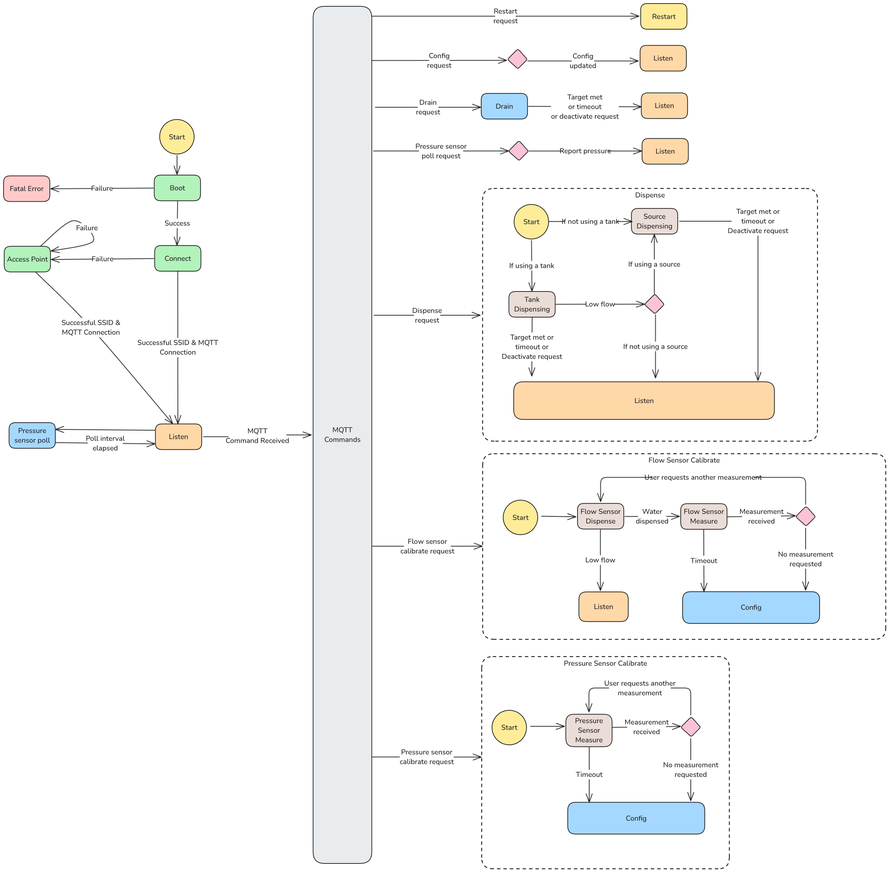
This is docs/images/design/fsm.excalidraw.png from Verdagraph/Drip, a Excalidraw export, as it was before one commit. Source tidied: one line per element, renumbered; positions are measured from the earlier drawing's top-left corner, leaving out a move shared by most shapes.
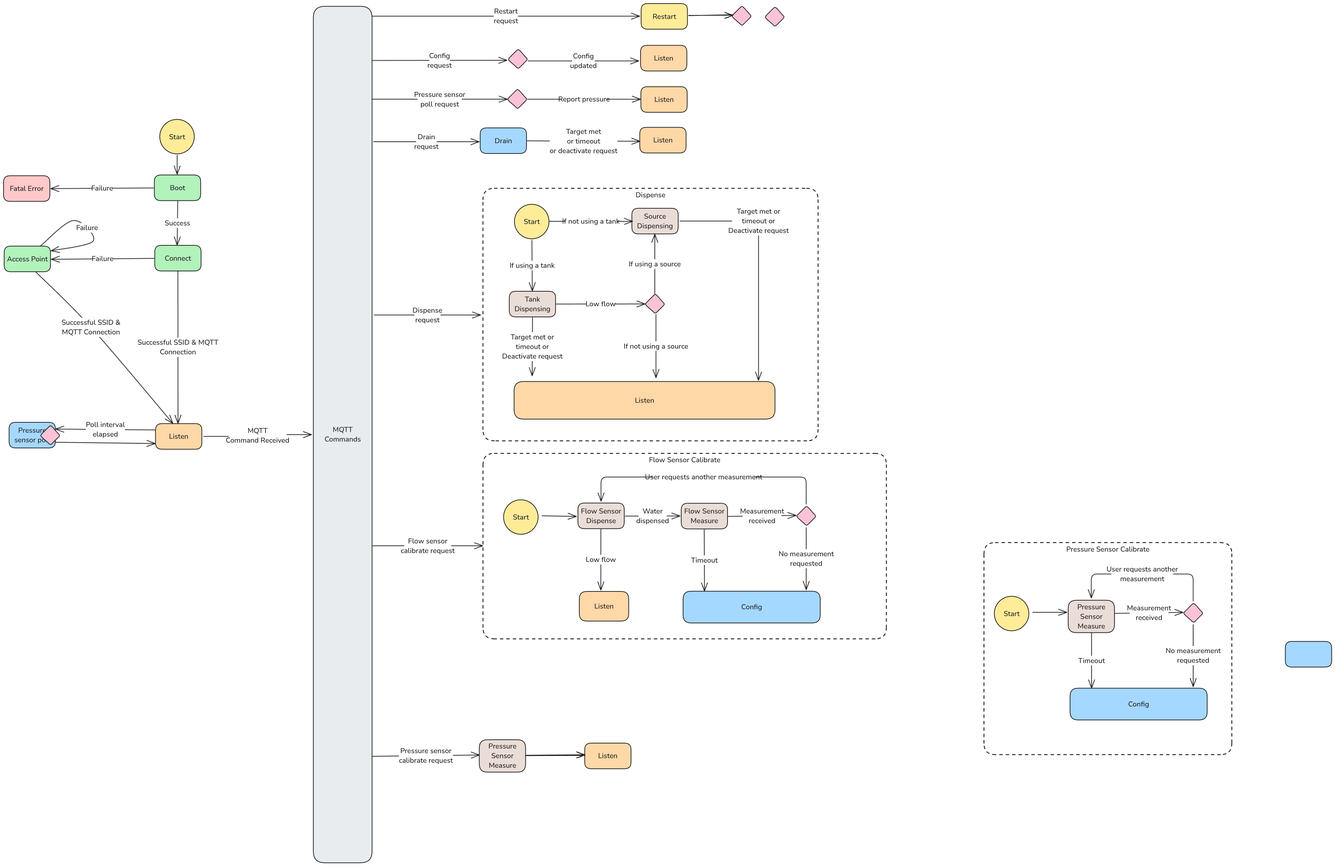
After the change.

Diff of the diagram source:
```diff
@@ -30,4 +30,4 @@
 {"id": 29, "type": "arrow", "strokeColor": "#1e1e1e", "backgroundColor": "#ffec99", "fillStyle": "solid", "strokeWidth": 2, "roughness": 0, "endArrowhead": "arrow", "round": true, "from": 12, "x": 426, "y": 1197, "width": 280, "height": 2, "points": [[0, 0], [-280, -2]]}
+{"id": 31, "type": "text", "text": "Poll interval\nelapsed", "strokeColor": "#1e1e1e", "strokeWidth": 2, "roughness": 1, "fontSize": 20, "fontFamily": 6, "textAlign": "center", "verticalAlign": "middle", "inside": 29, "x": 231, "y": 1169, "width": 109, "height": 54}
 {"id": 30, "type": "arrow", "strokeColor": "#1e1e1e", "backgroundColor": "#ffec99", "fillStyle": "solid", "strokeWidth": 2, "roughness": 0, "endArrowhead": "arrow", "round": true, "to": 12, "x": 146, "y": 1232, "width": 280, "height": 4, "points": [[0, 0], [280, 4]]}
-{"id": 31, "type": "text", "text": "Poll interval\nelapsed", "strokeColor": "#1e1e1e", "backgroundColor": "#ffec99", "fillStyle": "solid", "strokeWidth": 2, "roughness": 0, "fontSize": 20, "fontFamily": 6, "textAlign": "center", "verticalAlign": "middle", "inside": 30, "x": 237, "y": 1207, "width": 98, "height": 54}
 {"id": 32, "type": "rectangle", "strokeColor": "#1e1e1e", "backgroundColor": "#e9ecef", "fillStyle": "solid", "strokeWidth": 2, "roughness": 0, "round": true, "x": 869, "y": 8, "width": 165, "height": 2405}
@@ -81,24 +81,6 @@
 {"id": 80, "type": "text", "text": "No measurement\nrequested", "strokeColor": "#1e1e1e", "backgroundColor": "#ffec99", "fillStyle": "solid", "strokeWidth": 2, "roughness": 0, "fontSize": 20, "fontFamily": 6, "textAlign": "center", "verticalAlign": "middle", "inside": 79, "x": 2185, "y": 1532, "width": 136, "height": 54}
-{"id": 81, "type": "rectangle", "strokeColor": "#1e1e1e", "strokeWidth": 2, "strokeStyle": "dashed", "roughness": 0, "round": true, "x": 1343, "y": 1832, "width": 696, "height": 596}
-{"id": 82, "type": "text", "text": "Pressure Sensor Calibrate", "strokeColor": "#1e1e1e", "strokeWidth": 2, "roughness": 0, "fontSize": 20, "fontFamily": 6, "textAlign": "center", "inside": 81, "x": 1574, "y": 1837, "width": 234, "height": 27}
-{"id": 83, "type": "ellipse", "strokeColor": "#1e1e1e", "backgroundColor": "#ffec99", "fillStyle": "solid", "strokeWidth": 2, "roughness": 0, "round": true, "x": 1372, "y": 1983, "width": 97, "height": 97}
-{"id": 84, "type": "text", "text": "Start", "strokeColor": "#1e1e1e", "strokeWidth": 2, "roughness": 0, "fontSize": 20, "fontFamily": 6, "textAlign": "center", "verticalAlign": "middle", "inside": 83, "x": 1402, "y": 2018, "width": 38, "height": 27}
-{"id": 85, "type": "rectangle", "strokeColor": "#1e1e1e", "backgroundColor": "#eaddd7", "fillStyle": "solid", "strokeWidth": 2, "roughness": 0, "round": true, "x": 1579, "y": 1994, "width": 130, "height": 91}
-{"id": 86, "type": "text", "text": "Pressure\nSensor\nMeasure", "strokeColor": "#1e1e1e", "strokeWidth": 2, "roughness": 0, "fontSize": 20, "fontFamily": 6, "textAlign": "center", "verticalAlign": "middle", "inside": 85, "x": 1610, "y": 1999, "width": 69, "height": 81}
-{"id": 87, "type": "arrow", "strokeColor": "#1e1e1e", "backgroundColor": "#ffec99", "fillStyle": "solid", "strokeWidth": 2, "roughness": 0, "endArrowhead": "arrow", "from": 83, "x": 1480, "y": 2028, "width": 96, "height": 0, "points": [[0, 0], [96, 0]]}
-{"id": 88, "type": "arrow", "strokeColor": "#1e1e1e", "backgroundColor": "#ffec99", "fillStyle": "solid", "strokeWidth": 2, "roughness": 0, "endArrowhead": "arrow", "from": 85, "x": 1711, "y": 2031, "width": 191, "height": 3, "points": [[0, 0], [191, -3]]}
-{"id": 89, "type": "text", "text": "Measurement\nreceived", "strokeColor": "#1e1e1e", "backgroundColor": "#ffec99", "fillStyle": "solid", "strokeWidth": 2, "roughness": 0, "fontSize": 20, "fontFamily": 6, "textAlign": "center", "verticalAlign": "middle", "inside": 88, "x": 1752, "y": 2003, "width": 109, "height": 54}
-{"id": 90, "type": "arrow", "strokeColor": "#1e1e1e", "backgroundColor": "#ffec99", "fillStyle": "solid", "strokeWidth": 2, "roughness": 0, "endArrowhead": "arrow", "from": 85, "to": 95, "x": 1645, "y": 2086, "width": 0, "height": 155, "points": [[0, 0], [0, 155]]}
-{"id": 91, "type": "text", "text": "Timeout", "strokeColor": "#1e1e1e", "backgroundColor": "#ffec99", "fillStyle": "solid", "strokeWidth": 2, "roughness": 0, "fontSize": 20, "fontFamily": 6, "textAlign": "center", "verticalAlign": "middle", "inside": 90, "x": 1611, "y": 2150, "width": 67, "height": 27}
-{"id": 92, "type": "diamond", "strokeColor": "#1e1e1e", "backgroundColor": "#fcc2d7", "fillStyle": "solid", "strokeWidth": 2, "roughness": 0, "round": true, "x": 1902, "y": 2002, "width": 56, "height": 56}
-{"id": 93, "type": "arrow", "strokeColor": "#1e1e1e", "backgroundColor": "#ffec99", "fillStyle": "solid", "strokeWidth": 2, "roughness": 0, "endArrowhead": "arrow", "from": 92, "to": 85, "x": 1930, "y": 1997, "width": 286, "height": 76, "points": [[0, 0], [0, -76], [-286, -76], [-286, -9]]}
-{"id": 94, "type": "text", "text": "User requests another\nmeasurement", "strokeColor": "#1e1e1e", "backgroundColor": "#ffec99", "fillStyle": "solid", "strokeWidth": 2, "roughness": 0, "fontSize": 20, "fontFamily": 6, "textAlign": "center", "verticalAlign": "middle", "inside": 93, "x": 1701, "y": 1894, "width": 173, "height": 54}
-{"id": 95, "type": "rectangle", "strokeColor": "#1e1e1e", "backgroundColor": "#a5d8ff", "fillStyle": "solid", "strokeWidth": 2, "roughness": 0, "round": true, "x": 1585, "y": 2241, "width": 385, "height": 89}
-{"id": 96, "type": "text", "text": "Config", "strokeColor": "#1e1e1e", "strokeWidth": 2, "roughness": 0, "fontSize": 20, "fontFamily": 6, "textAlign": "center", "verticalAlign": "middle", "inside": 95, "x": 1749, "y": 2272, "width": 56, "height": 27}
-{"id": 97, "type": "arrow", "strokeColor": "#1e1e1e", "backgroundColor": "#ffec99", "fillStyle": "solid", "strokeWidth": 2, "roughness": 0, "endArrowhead": "arrow", "from": 92, "to": 95, "x": 1930, "y": 2063, "width": 0, "height": 174, "points": [[0, 0], [0, 174]]}
-{"id": 98, "type": "text", "text": "No measurement\nrequested", "strokeColor": "#1e1e1e", "backgroundColor": "#ffec99", "fillStyle": "solid", "strokeWidth": 2, "roughness": 0, "fontSize": 20, "fontFamily": 6, "textAlign": "center", "verticalAlign": "middle", "inside": 97, "x": 1862, "y": 2123, "width": 136, "height": 54}
 {"id": 99, "type": "rectangle", "strokeColor": "#1e1e1e", "backgroundColor": "#ffd8a8", "fillStyle": "solid", "strokeWidth": 2, "roughness": 0, "round": true, "x": 1616, "y": 1651, "width": 139, "height": 83}
 {"id": 100, "type": "text", "text": "Listen", "strokeColor": "#1e1e1e", "strokeWidth": 2, "roughness": 0, "fontSize": 20, "fontFamily": 6, "textAlign": "center", "verticalAlign": "middle", "inside": 99, "x": 1660, "y": 1679, "width": 50, "height": 27}
-{"id": 101, "type": "arrow", "strokeColor": "#1e1e1e", "backgroundColor": "#e9ecef", "fillStyle": "solid", "strokeWidth": 2, "roughness": 0, "endArrowhead": "arrow", "from": 32, "to": 111, "x": 1035, "y": 35, "width": 750, "height": 0, "points": [[0, 0], [750, 0]]}
+{"id": 101, "type": "arrow", "strokeColor": "#1e1e1e", "backgroundColor": "#e9ecef", "fillStyle": "solid", "strokeWidth": 2, "roughness": 0, "endArrowhead": "arrow", "from": 32, "to": 111, "x": 1034, "y": 35, "width": 751, "height": 0, "points": [[0, 0], [751, 0]]}
-{"id": 102, "type": "text", "text": "Restart\nrequest", "strokeColor": "#1e1e1e", "backgroundColor": "#e9ecef", "fillStyle": "solid", "strokeWidth": 2, "roughness": 0, "fontSize": 20, "fontFamily": 6, "textAlign": "center", "verticalAlign": "middle", "inside": 101, "x": 1381, "y": 8, "width": 58, "height": 54}
+{"id": 102, "type": "text", "text": "Restart\nrequest", "strokeColor": "#1e1e1e", "backgroundColor": "#e9ecef", "fillStyle": "solid", "strokeWidth": 2, "roughness": 0, "fontSize": 20, "fontFamily": 6, "textAlign": "center", "verticalAlign": "middle", "inside": 101, "x": 1376, "y": 8, "width": 68, "height": 54}
 {"id": 103, "type": "arrow", "strokeColor": "#1e1e1e", "backgroundColor": "#e9ecef", "fillStyle": "solid", "strokeWidth": 2, "roughness": 0, "endArrowhead": "arrow", "from": 32, "to": 133, "x": 1034, "y": 160, "width": 379, "height": 0, "points": [[0, 0], [379, 0]]}
@@ -109,6 +91,6 @@
 {"id": 108, "type": "text", "text": "Flow sensor\ncalibrate request", "strokeColor": "#1e1e1e", "backgroundColor": "#e9ecef", "fillStyle": "solid", "strokeWidth": 2, "roughness": 0, "fontSize": 20, "fontFamily": 6, "textAlign": "center", "verticalAlign": "middle", "inside": 107, "x": 1125, "y": 1496, "width": 132, "height": 54}
-{"id": 109, "type": "arrow", "strokeColor": "#1e1e1e", "backgroundColor": "#e9ecef", "fillStyle": "solid", "strokeWidth": 2, "roughness": 0, "endArrowhead": "arrow", "from": 32, "to": 81, "x": 1035, "y": 2114, "width": 307, "height": 0, "points": [[0, 0], [307, 0]]}
+{"id": 109, "type": "arrow", "strokeColor": "#1e1e1e", "backgroundColor": "#e9ecef", "fillStyle": "solid", "strokeWidth": 2, "roughness": 0, "endArrowhead": "arrow", "from": 32, "x": 1035, "y": 2114, "width": 301, "height": 4, "points": [[0, 0], [301, -4]]}
 {"id": 110, "type": "text", "text": "Pressure sensor\ncalibrate request", "strokeColor": "#1e1e1e", "backgroundColor": "#e9ecef", "fillStyle": "solid", "strokeWidth": 2, "roughness": 0, "fontSize": 20, "fontFamily": 6, "textAlign": "center", "verticalAlign": "middle", "inside": 109, "x": 1127, "y": 2087, "width": 151, "height": 54}
 {"id": 111, "type": "rectangle", "strokeColor": "#1e1e1e", "backgroundColor": "#ffec99", "fillStyle": "solid", "strokeWidth": 2, "roughness": 0, "round": true, "x": 1790, "y": 0, "width": 130, "height": 72}
-{"id": 112, "type": "text", "text": "Restart", "strokeColor": "#1e1e1e", "strokeWidth": 2, "roughness": 0, "fontSize": 20, "fontFamily": 6, "textAlign": "center", "verticalAlign": "middle", "inside": 111, "x": 1826, "y": 22, "width": 57, "height": 27}
+{"id": 112, "type": "text", "text": "Restart", "strokeColor": "#1e1e1e", "strokeWidth": 2, "roughness": 0, "fontSize": 20, "fontFamily": 6, "textAlign": "center", "verticalAlign": "middle", "inside": 111, "x": 1821, "y": 22, "width": 66, "height": 27}
 {"id": 113, "type": "arrow", "strokeColor": "#1e1e1e", "backgroundColor": "#eaddd7", "fillStyle": "solid", "strokeWidth": 2, "roughness": 0, "endArrowhead": "arrow", "to": 115, "x": 1472, "y": 161, "width": 311, "height": 0, "points": [[0, 0], [311, 0]]}
@@ -117,19 +99,25 @@
 {"id": 116, "type": "text", "text": "Listen", "strokeColor": "#1e1e1e", "strokeWidth": 2, "roughness": 0, "fontSize": 20, "fontFamily": 6, "textAlign": "center", "verticalAlign": "middle", "inside": 115, "x": 1828, "y": 140, "width": 50, "height": 27}
-{"id": 117, "type": "rectangle", "strokeColor": "#1e1e1e", "backgroundColor": "#a5d8ff", "fillStyle": "solid", "strokeWidth": 2, "roughness": 0, "round": true, "x": 1342, "y": 252, "width": 130, "height": 72}
+{"id": 117, "type": "rectangle", "strokeColor": "#1e1e1e", "backgroundColor": "#a5d8ff", "fillStyle": "solid", "strokeWidth": 2, "roughness": 0, "round": true, "x": 1338, "y": 349, "width": 130, "height": 72}
-{"id": 118, "type": "text", "text": "Drain", "strokeColor": "#1e1e1e", "strokeWidth": 2, "roughness": 0, "fontSize": 20, "fontFamily": 6, "textAlign": "center", "verticalAlign": "middle", "inside": 117, "x": 1384, "y": 275, "width": 46, "height": 27}
+{"id": 118, "type": "text", "text": "Drain", "strokeColor": "#1e1e1e", "strokeWidth": 2, "roughness": 0, "fontSize": 20, "fontFamily": 6, "textAlign": "center", "verticalAlign": "middle", "inside": 117, "x": 1380, "y": 372, "width": 46, "height": 27}
-{"id": 119, "type": "arrow", "strokeColor": "#1e1e1e", "backgroundColor": "#eaddd7", "fillStyle": "solid", "strokeWidth": 2, "roughness": 0, "endArrowhead": "arrow", "from": 117, "x": 1474, "y": 288, "width": 318, "height": 1, "points": [[0, 0], [318, 1]]}
+{"id": 119, "type": "arrow", "strokeColor": "#1e1e1e", "backgroundColor": "#eaddd7", "fillStyle": "solid", "strokeWidth": 2, "roughness": 0, "endArrowhead": "arrow", "from": 117, "x": 1469, "y": 385, "width": 317, "height": 1, "points": [[0, 0], [317, 1]]}
 {"id": 120, "type": "text", "text": "Target met\nor timeout\nor deactivate request", "strokeColor": "#1e1e1e", "backgroundColor": "#a5d8ff", "fillStyle": "cross-hatch", "strokeWidth": 1, "roughness": 0, "fontSize": 20, "fontFamily": 6, "textAlign": "center", "verticalAlign": "middle", "inside": 119, "x": 1538, "y": 249, "width": 190, "height": 81}
-{"id": 121, "type": "arrow", "strokeColor": "#1e1e1e", "backgroundColor": "#e9ecef", "fillStyle": "solid", "strokeWidth": 2, "roughness": 0, "endArrowhead": "arrow", "x": 1044, "y": 291, "width": 296, "height": 0, "points": [[0, 0], [296, 0]]}
+{"id": 121, "type": "arrow", "strokeColor": "#1e1e1e", "backgroundColor": "#e9ecef", "fillStyle": "solid", "strokeWidth": 2, "roughness": 0, "endArrowhead": "arrow", "x": 1039, "y": 388, "width": 296, "height": 0, "points": [[0, 0], [296, 0]]}
 {"id": 122, "type": "text", "text": "Drain\nrequest", "strokeColor": "#1e1e1e", "backgroundColor": "#e9ecef", "fillStyle": "solid", "strokeWidth": 2, "roughness": 0, "fontSize": 20, "fontFamily": 6, "textAlign": "center", "verticalAlign": "middle", "inside": 121, "x": 1163, "y": 264, "width": 58, "height": 54}
-{"id": 123, "type": "rectangle", "strokeColor": "#1e1e1e", "backgroundColor": "#ffd8a8", "fillStyle": "solid", "strokeWidth": 2, "roughness": 0, "round": true, "x": 1791, "y": 251, "width": 130, "height": 72}
+{"id": 123, "type": "rectangle", "strokeColor": "#1e1e1e", "backgroundColor": "#ffd8a8", "fillStyle": "solid", "strokeWidth": 2, "roughness": 0, "round": true, "x": 1786, "y": 348, "width": 130, "height": 72}
-{"id": 124, "type": "text", "text": "Listen", "strokeColor": "#1e1e1e", "strokeWidth": 2, "roughness": 0, "fontSize": 20, "fontFamily": 6, "textAlign": "center", "verticalAlign": "middle", "inside": 123, "x": 1831, "y": 273, "width": 50, "height": 27}
+{"id": 124, "type": "text", "text": "Listen", "strokeColor": "#1e1e1e", "strokeWidth": 2, "roughness": 0, "fontSize": 20, "fontFamily": 6, "textAlign": "center", "verticalAlign": "middle", "inside": 123, "x": 1826, "y": 370, "width": 50, "height": 27}
-{"id": 125, "type": "arrow", "strokeColor": "#1e1e1e", "backgroundColor": "#e9ecef", "fillStyle": "solid", "strokeWidth": 2, "roughness": 0, "endArrowhead": "arrow", "from": 32, "to": 134, "x": 1039, "y": 414, "width": 380, "height": 0, "points": [[0, 0], [380, 0]]}
+{"id": 125, "type": "arrow", "strokeColor": "#1e1e1e", "backgroundColor": "#e9ecef", "fillStyle": "solid", "strokeWidth": 2, "roughness": 0, "endArrowhead": "arrow", "from": 32, "to": 134, "x": 1034, "y": 269, "width": 380, "height": 0, "points": [[0, 0], [380, 0]]}
 {"id": 126, "type": "text", "text": "Pressure sensor\npoll request", "strokeColor": "#1e1e1e", "backgroundColor": "#e9ecef", "fillStyle": "solid", "strokeWidth": 2, "roughness": 0, "fontSize": 20, "fontFamily": 6, "textAlign": "center", "verticalAlign": "middle", "inside": 125, "x": 1167, "y": 387, "width": 124, "height": 54}
-{"id": 127, "type": "rectangle", "strokeColor": "#1e1e1e", "backgroundColor": "#ffd8a8", "fillStyle": "solid", "strokeWidth": 2, "roughness": 0, "round": true, "x": 1793, "y": 379, "width": 130, "height": 72}
+{"id": 127, "type": "rectangle", "strokeColor": "#1e1e1e", "backgroundColor": "#ffd8a8", "fillStyle": "solid", "strokeWidth": 2, "roughness": 0, "round": true, "x": 1789, "y": 233, "width": 130, "height": 72}
-{"id": 128, "type": "text", "text": "Listen", "strokeColor": "#1e1e1e", "strokeWidth": 2, "roughness": 0, "fontSize": 20, "fontFamily": 6, "textAlign": "center", "verticalAlign": "middle", "inside": 127, "x": 1833, "y": 401, "width": 50, "height": 27}
+{"id": 128, "type": "text", "text": "Listen", "strokeColor": "#1e1e1e", "strokeWidth": 2, "roughness": 0, "fontSize": 20, "fontFamily": 6, "textAlign": "center", "verticalAlign": "middle", "inside": 127, "x": 1829, "y": 256, "width": 50, "height": 27}
-{"id": 129, "type": "arrow", "strokeColor": "#1e1e1e", "backgroundColor": "#a5d8ff", "fillStyle": "cross-hatch", "strokeWidth": 2, "roughness": 0, "endArrowhead": "arrow", "to": 127, "x": 1475, "y": 414, "width": 317, "height": 0, "points": [[0, 0], [317, 0]]}
+{"id": 129, "type": "arrow", "strokeColor": "#1e1e1e", "backgroundColor": "#a5d8ff", "fillStyle": "cross-hatch", "strokeWidth": 2, "roughness": 0, "endArrowhead": "arrow", "to": 127, "x": 1471, "y": 269, "width": 317, "height": 0, "points": [[0, 0], [317, 0]]}
 {"id": 130, "type": "text", "text": "Report pressure", "strokeColor": "#1e1e1e", "strokeWidth": 2, "roughness": 1, "fontSize": 20, "fontFamily": 6, "textAlign": "center", "verticalAlign": "middle", "inside": 129, "x": 1571, "y": 400, "width": 126, "height": 27}
-{"id": 131, "type": "rectangle", "strokeColor": "#1e1e1e", "backgroundColor": "#a5d8ff", "fillStyle": "solid", "strokeWidth": 2, "roughness": 0, "round": true, "x": 16, "y": 1176, "width": 130, "height": 72}
-{"id": 132, "type": "text", "text": "Pressure\nsensor poll", "strokeColor": "#1e1e1e", "strokeWidth": 2, "roughness": 0, "fontSize": 20, "fontFamily": 6, "textAlign": "center", "verticalAlign": "middle", "inside": 131, "x": 37, "y": 1185, "width": 87, "height": 54}
 {"id": 133, "type": "diamond", "strokeColor": "#1e1e1e", "backgroundColor": "#fcc2d7", "fillStyle": "solid", "strokeWidth": 2, "roughness": 0, "round": true, "x": 1415, "y": 127, "width": 56, "height": 56}
-{"id": 134, "type": "diamond", "strokeColor": "#1e1e1e", "backgroundColor": "#fcc2d7", "fillStyle": "solid", "strokeWidth": 2, "roughness": 0, "round": true, "x": 1418, "y": 385, "width": 56, "height": 56}
+{"id": 134, "type": "diamond", "strokeColor": "#1e1e1e", "backgroundColor": "#fcc2d7", "fillStyle": "solid", "strokeWidth": 2, "roughness": 0, "round": true, "x": 1414, "y": 240, "width": 56, "height": 56}
+{"id": 135, "type": "diamond", "strokeColor": "#1e1e1e", "backgroundColor": "#fcc2d7", "fillStyle": "solid", "strokeWidth": 2, "roughness": 0, "round": true, "x": 103, "y": 1184, "width": 56, "height": 56}
+{"id": 136, "type": "diamond", "strokeColor": "#1e1e1e", "backgroundColor": "#fcc2d7", "fillStyle": "solid", "strokeWidth": 2, "roughness": 0, "round": true, "x": 2043, "y": 6, "width": 56, "height": 56}
+{"id": 137, "type": "arrow", "strokeColor": "#1e1e1e", "strokeWidth": 2, "roughness": 1, "endArrowhead": "arrow", "round": true, "from": 111, "to": 136, "x": 1923, "y": 34, "width": 123, "height": 2, "points": [[0, 0], [123, -2]]}
+{"id": 138, "type": "rectangle", "strokeColor": "#1e1e1e", "backgroundColor": "#eaddd7", "fillStyle": "solid", "strokeWidth": 2, "roughness": 0, "round": true, "x": 1335, "y": 2067, "width": 130, "height": 91}
+{"id": 86, "type": "text", "text": "Pressure\nSensor\nMeasure", "strokeColor": "#1e1e1e", "strokeWidth": 2, "roughness": 0, "fontSize": 20, "fontFamily": 6, "textAlign": "center", "verticalAlign": "middle", "inside": 138, "x": 1361, "y": 2072, "width": 79, "height": 81}
+{"id": 139, "type": "rectangle", "strokeColor": "#1e1e1e", "backgroundColor": "#ffd8a8", "fillStyle": "solid", "strokeWidth": 2, "roughness": 0, "round": true, "x": 1631, "y": 2077, "width": 130, "height": 72}
+{"id": 140, "type": "text", "text": "Listen", "strokeColor": "#1e1e1e", "strokeWidth": 2, "roughness": 0, "fontSize": 20, "fontFamily": 6, "textAlign": "center", "verticalAlign": "middle", "inside": 139, "x": 1669, "y": 2099, "width": 54, "height": 27}
+{"id": 141, "type": "arrow", "strokeColor": "#1e1e1e", "strokeWidth": 2, "roughness": 1, "endArrowhead": "arrow", "round": true, "from": 138, "to": 139, "x": 1465, "y": 2112, "width": 166, "height": 1, "points": [[0, 0], [166, -1]]}
```
